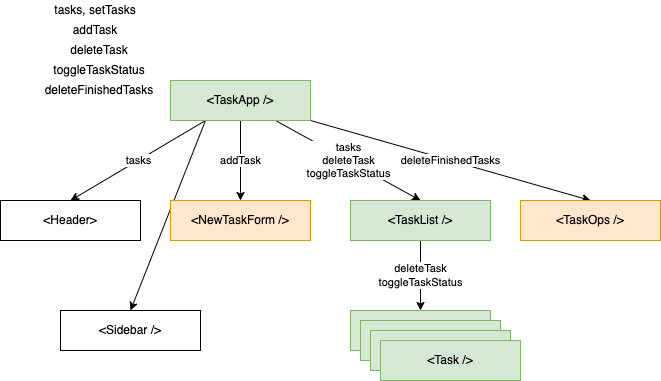
Above: day-1/react-basics/concepts.dio.png in vinod-kayartaya/hpe-react-march-2024 (draw.io), before the change. Source tidied: cells renumbered, new cells last; positions are measured from the earlier drawing's top-left corner, leaving out a move shared by most shapes.
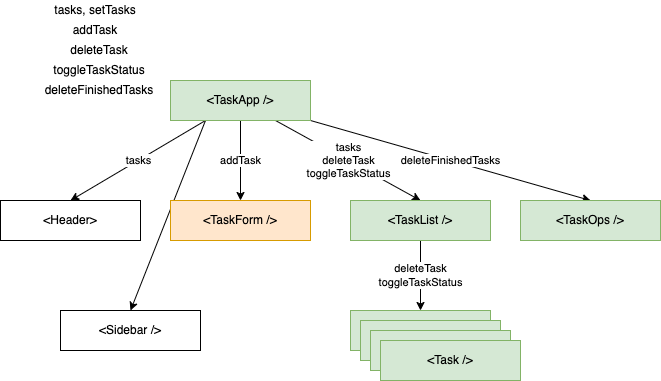
The same diagram one commit later.

What changed in the source:
```diff
@@ -23,7 +23,7 @@
     <mxCell id="8" value="&amp;lt;Header&amp;gt;" style="rounded=0;whiteSpace=wrap;html=1;" parent="1" vertex="1">
       <mxGeometry y="200" width="140" height="40" as="geometry" />
     </mxCell>
-    <mxCell id="9" value="&amp;lt;NewTaskForm /&amp;gt;" style="rounded=0;whiteSpace=wrap;html=1;fillColor=#ffe6cc;strokeColor=#d79b00;" parent="1" vertex="1">
+    <mxCell id="9" value="&amp;lt;TaskForm /&amp;gt;" style="rounded=0;whiteSpace=wrap;html=1;fillColor=#ffe6cc;strokeColor=#d79b00;" parent="1" vertex="1">
       <mxGeometry x="170" y="200" width="140" height="40" as="geometry" />
     </mxCell>
     <mxCell id="10" value="deleteTask&lt;br&gt;toggleTaskStatus" style="edgeStyle=none;html=1;exitX=0.5;exitY=1;exitDx=0;exitDy=0;" parent="1" edge="1" source="11" target="12">
@@ -44,7 +44,7 @@
     <mxCell id="15" value="&amp;lt;Task /&amp;gt;" style="rounded=0;whiteSpace=wrap;html=1;fillColor=#d5e8d4;strokeColor=#82b366;" parent="1" vertex="1">
       <mxGeometry x="380" y="340" width="140" height="40" as="geometry" />
     </mxCell>
-    <mxCell id="16" value="&amp;lt;TaskOps /&amp;gt;" style="rounded=0;whiteSpace=wrap;html=1;fillColor=#ffe6cc;strokeColor=#d79b00;" parent="1" vertex="1">
+    <mxCell id="16" value="&amp;lt;TaskOps /&amp;gt;" style="rounded=0;whiteSpace=wrap;html=1;fillColor=#d5e8d4;strokeColor=#82b366;" parent="1" vertex="1">
       <mxGeometry x="520" y="200" width="140" height="40" as="geometry" />
     </mxCell>
     <mxCell id="17" value="&amp;lt;Sidebar /&amp;gt;" style="rounded=0;whiteSpace=wrap;html=1;" parent="1" vertex="1">
```
